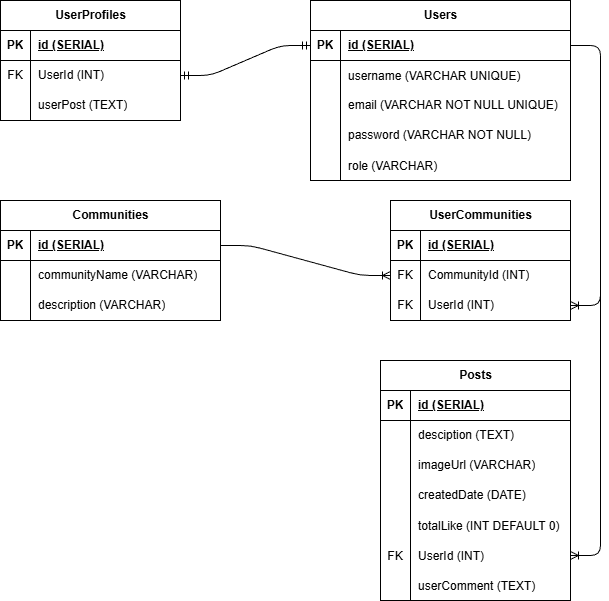
watisdis31/fsjs-p1-pairprogram keeps this draw.io diagram as schema.drawio.png. Above is the earlier version. Source tidied: cells renumbered, new cells last; positions are measured from the earlier drawing's top-left corner, leaving out a move shared by most shapes.
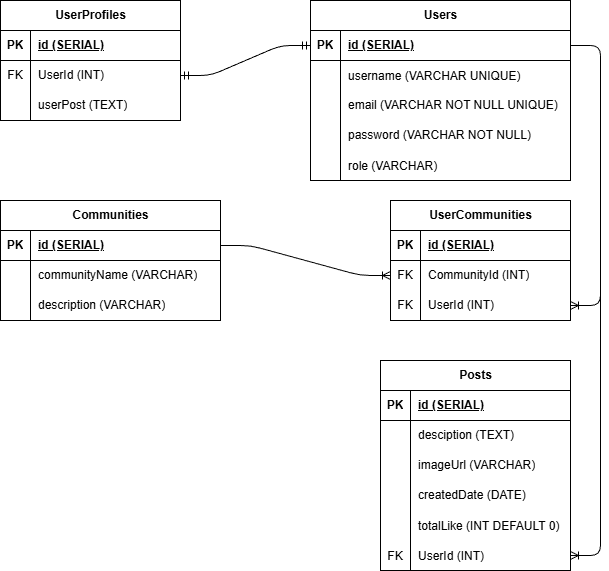
After the change.

Change to the diagram source:
```diff
@@ -51,7 +51,7 @@
       <mxGeometry x="30" width="230" height="30" as="geometry" />
     </mxCell>
     <mxCell id="18" value="Posts" style="shape=table;startSize=30;rowLines=0;fontStyle=1;align=center;html=1;swimlaneFillColor=none;" parent="1" vertex="1">
-      <mxGeometry x="380" y="360" width="190" height="240" as="geometry" />
+      <mxGeometry x="380" y="360" width="190" height="210" as="geometry" />
     </mxCell>
     <mxCell id="19" style="shape=tableRow;horizontal=0;startSize=0;swimlaneHead=0;swimlaneBody=0;fillColor=none;top=0;left=0;right=0;bottom=1;" parent="18" vertex="1">
       <mxGeometry y="30" width="190" height="30" as="geometry" />
@@ -107,15 +107,6 @@
     <mxCell id="36" value="UserId (INT)" style="shape=partialRectangle;fillColor=none;top=0;left=0;bottom=0;right=0;align=left;spacingLeft=6;overflow=hidden;" parent="34" vertex="1">
       <mxGeometry x="30" width="160" height="30" as="geometry" />
     </mxCell>
-    <mxCell id="37" style="shape=tableRow;horizontal=0;startSize=0;swimlaneHead=0;swimlaneBody=0;fillColor=none;top=0;left=0;right=0;bottom=0;" parent="18" vertex="1">
-      <mxGeometry y="210" width="190" height="30" as="geometry" />
-    </mxCell>
-    <mxCell id="38" style="shape=partialRectangle;fillColor=none;top=0;left=0;bottom=0;right=0;overflow=hidden;" parent="37" vertex="1">
-      <mxGeometry width="30" height="30" as="geometry" />
-    </mxCell>
-    <mxCell id="39" value="userComment (TEXT)" style="shape=partialRectangle;fillColor=none;top=0;left=0;bottom=0;right=0;align=left;spacingLeft=6;overflow=hidden;" parent="37" vertex="1">
-      <mxGeometry x="30" width="160" height="30" as="geometry" />
-    </mxCell>
     <mxCell id="40" style="edgeStyle=entityRelationEdgeStyle;fontSize=12;html=1;endArrow=ERoneToMany;" parent="1" edge="1" source="3" target="34">
       <mxGeometry relative="1" as="geometry">
         <Array as="points">
```
